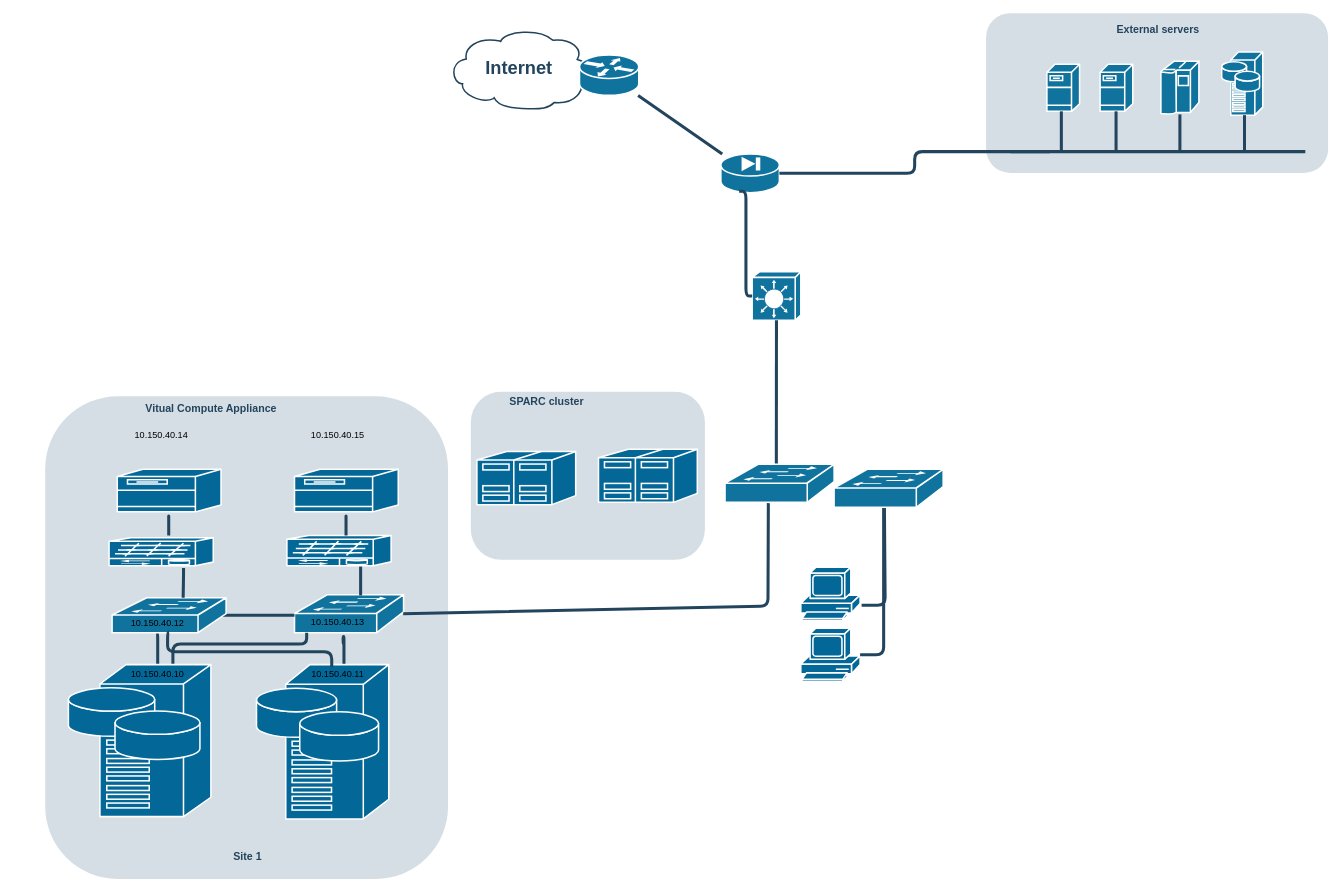
This is Network dev lab 1.drawio from rvrlx/Diagrams, a draw.io file, before an edit. Source tidied: cells renumbered, new cells numbered last; positions are measured from the earlier drawing's top-left corner, leaving out a move shared by most shapes. Both pictures are drawn from the tidied source at 76%, with x=0, y=0 at pixel (45, 13).
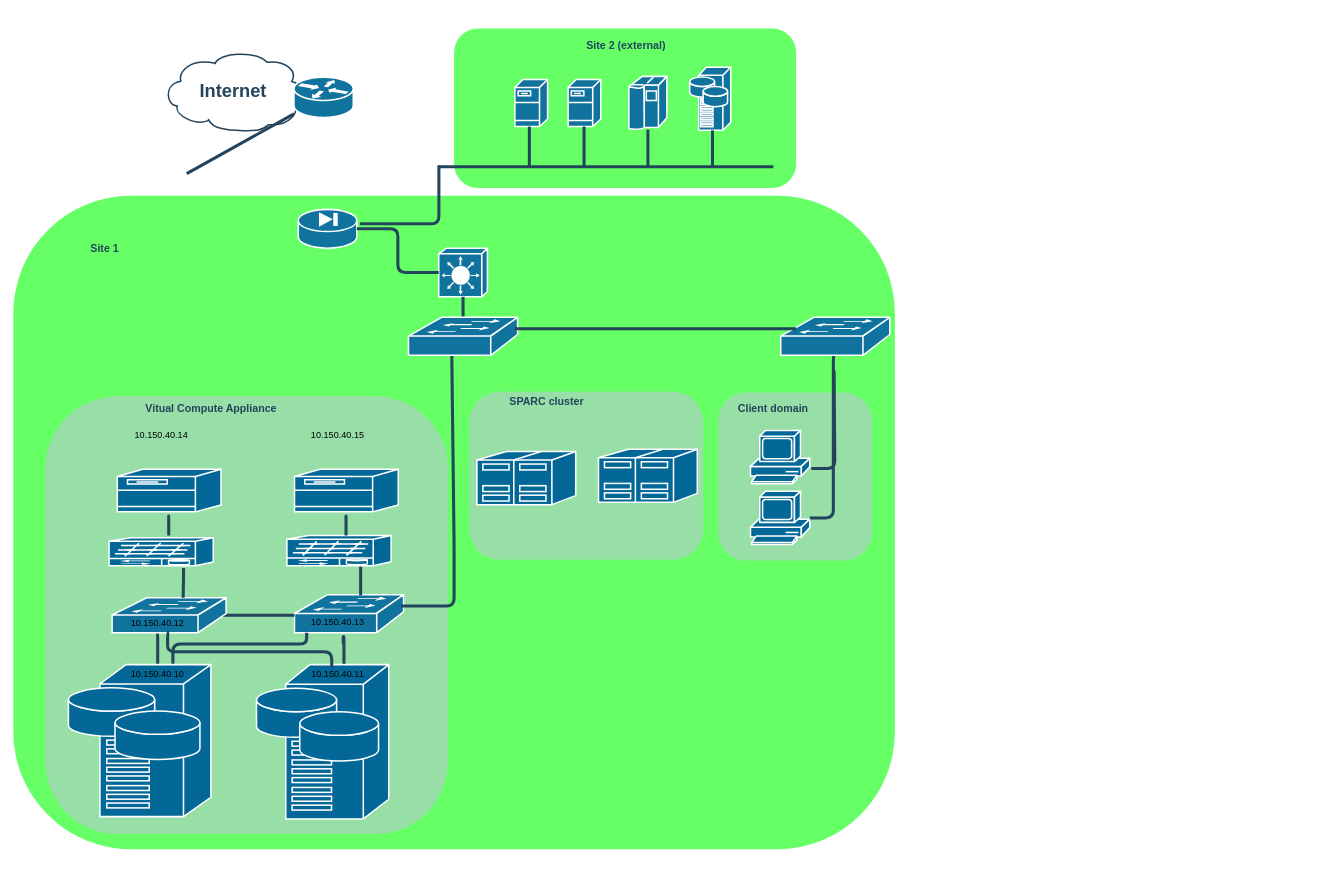
After the change.

Unchanged cells that the change refers to:
```xml
<mxCell id="13" style="shape=mxgraph.cisco.switches.workgroup_switch;html=1;dashed=0;fillColor=#10739E;strokeColor=#ffffff;strokeWidth=2;verticalLabelPosition=bottom;verticalAlign=top;fontFamily=Helvetica;fontSize=36;fontColor=#FFB366;" parent="1" vertex="1">
  <mxGeometry x="328" y="765" width="143.5" height="50" as="geometry" />
</mxCell>
```

The edit, as a diff of the source:
```diff
@@
+    <mxCell id="59" style="rounded=1;whiteSpace=wrap;html=1;strokeColor=none;fillColor=#00FF00;fontSize=24;fontColor=#23445D;align=center;opacity=60;arcSize=18;" parent="1" vertex="1">
+      <mxGeometry x="-42" y="240" width="1160" height="860" as="geometry" />
+    </mxCell>
+    <mxCell id="60" style="rounded=1;whiteSpace=wrap;html=1;strokeColor=none;fillColor=#BAC8D3;fontSize=24;fontColor=#23445D;align=center;opacity=60;arcSize=18;" parent="1" vertex="1">
+      <mxGeometry x="885.5" y="499" width="202.5" height="221" as="geometry" />
+    </mxCell>
     <mxCell id="2" style="rounded=1;whiteSpace=wrap;html=1;strokeColor=none;fillColor=#BAC8D3;fontSize=24;fontColor=#23445D;align=center;opacity=60;arcSize=18;" parent="1" vertex="1">
-      <mxGeometry x="560" y="498" width="308" height="221" as="geometry" />
+      <mxGeometry x="558" y="498" width="308" height="221" as="geometry" />
     </mxCell>
     <mxCell id="3" style="rounded=1;whiteSpace=wrap;html=1;strokeColor=none;fillColor=#BAC8D3;fontSize=24;fontColor=#23445D;align=center;opacity=60;arcSize=18;" parent="1" vertex="1">
-      <mxGeometry y="504" width="530" height="635" as="geometry" />
+      <mxGeometry y="504" width="530" height="576" as="geometry" />
     </mxCell>
@@
-    <mxCell id="5" style="rounded=1;whiteSpace=wrap;html=1;strokeColor=none;fillColor=#BAC8D3;fontSize=24;fontColor=#23445D;align=center;opacity=60;" parent="1" vertex="1">
-      <mxGeometry x="1238" width="450" height="210" as="geometry" />
+    <mxCell id="5" style="rounded=1;whiteSpace=wrap;html=1;strokeColor=none;fillColor=#00FF00;fontSize=24;fontColor=#23445D;align=center;opacity=60;" parent="1" vertex="1">
+      <mxGeometry x="538" y="20" width="450" height="210" as="geometry" />
     </mxCell>
     <mxCell id="6" style="shape=mxgraph.cisco.servers.fileserver;html=1;dashed=0;fillColor=#10739E;strokeColor=#ffffff;strokeWidth=2;verticalLabelPosition=bottom;verticalAlign=top;fontFamily=Helvetica;fontSize=36;fontColor=#FFB366;" parent="1" vertex="1">
-      <mxGeometry x="1318" y="67" width="43" height="62" as="geometry" />
+      <mxGeometry x="618" y="87" width="43" height="62" as="geometry" />
     </mxCell>
     <mxCell id="7" style="shape=mxgraph.cisco.servers.fileserver;html=1;dashed=0;fillColor=#10739E;strokeColor=#ffffff;strokeWidth=2;verticalLabelPosition=bottom;verticalAlign=top;fontFamily=Helvetica;fontSize=36;fontColor=#FFB366;" parent="1" vertex="1">
-      <mxGeometry x="1388" y="67" width="43" height="62" as="geometry" />
+      <mxGeometry x="688" y="87" width="43" height="62" as="geometry" />
     </mxCell>
     <mxCell id="8" style="shape=mxgraph.cisco.computers_and_peripherals.ibm_mainframe;html=1;dashed=0;fillColor=#10739E;strokeColor=#ffffff;strokeWidth=2;verticalLabelPosition=bottom;verticalAlign=top;fontFamily=Helvetica;fontSize=36;fontColor=#FFB366;" parent="1" vertex="1">
-      <mxGeometry x="1468" y="63" width="50" height="70" as="geometry" />
+      <mxGeometry x="768" y="83" width="50" height="70" as="geometry" />
     </mxCell>
     <mxCell id="9" style="shape=mxgraph.cisco.servers.storage_server;html=1;dashed=0;fillColor=#10739E;strokeColor=#ffffff;strokeWidth=2;verticalLabelPosition=bottom;verticalAlign=top;fontFamily=Helvetica;fontSize=36;fontColor=#FFB366;" parent="1" vertex="1">
-      <mxGeometry x="1548" y="51" width="54" height="83" as="geometry" />
+      <mxGeometry x="848" y="71" width="54" height="83" as="geometry" />
     </mxCell>
     <mxCell id="10" style="shape=mxgraph.cisco.security.pix_firewall;html=1;dashed=0;fillColor=#10739E;strokeColor=#ffffff;strokeWidth=2;verticalLabelPosition=bottom;verticalAlign=top;fontFamily=Helvetica;fontSize=36;fontColor=#FFB366;" parent="1" vertex="1">
-      <mxGeometry x="889" y="185" width="77" height="51" as="geometry" />
+      <mxGeometry x="333" y="258" width="77" height="51" as="geometry" />
     </mxCell>
     <mxCell id="11" value="Internet" style="shape=mxgraph.cisco.storage.cloud;html=1;dashed=0;strokeColor=#23445D;fillColor=#ffffff;strokeWidth=2;fontFamily=Helvetica;fontSize=24;fontColor=#23445D;align=center;fontStyle=1;" parent="1" vertex="1">
-      <mxGeometry x="530" y="20" width="186" height="106" as="geometry" />
+      <mxGeometry x="154.3" y="49" width="186" height="106" as="geometry" />
     </mxCell>
     <mxCell id="12" style="shape=mxgraph.cisco.switches.layer_3_switch;html=1;dashed=0;fillColor=#10739E;strokeColor=#ffffff;strokeWidth=2;verticalLabelPosition=bottom;verticalAlign=top;fontFamily=Helvetica;fontSize=36;fontColor=#FFB366;" parent="1" vertex="1">
-      <mxGeometry x="930.2" y="340" width="64" height="64" as="geometry" />
+      <mxGeometry x="517.8" y="309" width="64" height="64" as="geometry" />
     </mxCell>
@@
     <mxCell id="14" style="shape=mxgraph.cisco.routers.router;html=1;dashed=0;fillColor=#10739E;strokeColor=#ffffff;strokeWidth=2;verticalLabelPosition=bottom;verticalAlign=top;fontFamily=Helvetica;fontSize=36;fontColor=#FFB366;" parent="1" vertex="1">
-      <mxGeometry x="703" y="55" width="78" height="53" as="geometry" />
+      <mxGeometry x="327.3" y="84" width="78" height="53" as="geometry" />
     </mxCell>
     <mxCell id="15" style="line;html=1;strokeColor=#23445D;" parent="1" vertex="1">
-      <mxGeometry x="1270" y="177" width="388" height="10" as="geometry" />
+      <mxGeometry x="518" y="197" width="440" height="10" as="geometry" />
     </mxCell>
     <mxCell id="16" style="edgeStyle=elbowEdgeStyle;elbow=horizontal;endArrow=none;html=1;strokeColor=#23445D;endFill=0;strokeWidth=4;rounded=1;" parent="1" edge="1" source="6">
       <mxGeometry relative="1" as="geometry">
-        <mxPoint x="1337.3" y="182.1" as="targetPoint" />
+        <mxPoint x="637.3" y="202.1" as="targetPoint" />
       </mxGeometry>
     </mxCell>
     <mxCell id="17" style="edgeStyle=elbowEdgeStyle;elbow=horizontal;endArrow=none;html=1;strokeColor=#23445D;endFill=0;strokeWidth=4;rounded=1;" parent="1" edge="1" source="7">
       <mxGeometry relative="1" as="geometry">
-        <mxPoint x="1409.3" y="182.1" as="targetPoint" />
+        <mxPoint x="709.3" y="202.1" as="targetPoint" />
       </mxGeometry>
     </mxCell>
     <mxCell id="18" style="edgeStyle=elbowEdgeStyle;elbow=horizontal;endArrow=none;html=1;strokeColor=#23445D;endFill=0;strokeWidth=4;rounded=1;" parent="1" edge="1" source="8">
       <mxGeometry relative="1" as="geometry">
-        <mxPoint x="1493.3" y="182.1" as="targetPoint" />
+        <mxPoint x="793.3" y="202.1" as="targetPoint" />
       </mxGeometry>
     </mxCell>
     <mxCell id="19" style="edgeStyle=elbowEdgeStyle;elbow=horizontal;endArrow=none;html=1;strokeColor=#23445D;endFill=0;strokeWidth=4;rounded=1;" parent="1" edge="1" source="9">
       <mxGeometry relative="1" as="geometry">
-        <mxPoint x="1578.3" y="182.1" as="targetPoint" />
+        <mxPoint x="878.3" y="202.1" as="targetPoint" />
       </mxGeometry>
     </mxCell>
-    <mxCell id="20" style="edgeStyle=elbowEdgeStyle;elbow=horizontal;endArrow=none;html=1;strokeColor=#23445D;endFill=0;strokeWidth=4;rounded=1;" parent="1" edge="1" target="10">
+    <mxCell id="20" style="edgeStyle=elbowEdgeStyle;elbow=horizontal;endArrow=none;html=1;strokeColor=#23445D;endFill=0;strokeWidth=4;rounded=1;entryX=1.052;entryY=0.373;entryDx=0;entryDy=0;entryPerimeter=0;" parent="1" edge="1" target="10">
       <mxGeometry relative="1" as="geometry">
-        <mxPoint x="1322" y="182" as="sourcePoint" />
+        <mxPoint x="518" y="200" as="sourcePoint" />
+        <Array as="points">
+          <mxPoint x="518" y="190" />
+          <mxPoint x="494.2" y="169" />
+        </Array>
       </mxGeometry>
     </mxCell>
-    <mxCell id="21" style="elbow=horizontal;endArrow=none;html=1;strokeColor=#23445D;endFill=0;strokeWidth=4;rounded=1;" parent="1" edge="1" source="10" target="14">
-      <mxGeometry relative="1" as="geometry" />
+    <mxCell id="21" style="elbow=horizontal;endArrow=none;html=1;strokeColor=#23445D;endFill=0;strokeWidth=4;rounded=1;" parent="1" edge="1" target="14">
+      <mxGeometry relative="1" as="geometry">
+        <mxPoint x="186.2" y="211" as="sourcePoint" />
+      </mxGeometry>
     </mxCell>
-    <mxCell id="22" style="edgeStyle=none;rounded=1;html=1;strokeColor=#23445D;endArrow=none;endFill=0;strokeWidth=4;startArrow=none;exitX=0.397;exitY=1.02;exitDx=0;exitDy=0;exitPerimeter=0;" parent="1" edge="1" source="52" target="13">
+    <mxCell id="22" style="edgeStyle=none;rounded=1;html=1;strokeColor=#23445D;endArrow=none;endFill=0;strokeWidth=4;startArrow=none;exitX=0.397;exitY=1.02;exitDx=0;exitDy=0;exitPerimeter=0;" parent="1" edge="1" source="52">
       <mxGeometry relative="1" as="geometry">
+        <mxPoint x="468" y="780" as="targetPoint" />
         <Array as="points">
-          <mxPoint x="951" y="780" />
-          <mxPoint x="471" y="790" />
+          <mxPoint x="538" y="700" />
+          <mxPoint x="538" y="780" />
+          <mxPoint x="468" y="780" />
         </Array>
       </mxGeometry>
     </mxCell>
-    <mxCell id="23" style="edgeStyle=elbowEdgeStyle;elbow=horizontal;endArrow=none;html=1;strokeColor=#23445D;endFill=0;strokeWidth=4;rounded=1;exitX=0.312;exitY=0.961;exitDx=0;exitDy=0;exitPerimeter=0;" parent="1" edge="1" source="10" target="12">
+    <mxCell id="23" style="edgeStyle=elbowEdgeStyle;elbow=horizontal;endArrow=none;html=1;strokeColor=#23445D;endFill=0;strokeWidth=4;rounded=1;exitX=1;exitY=0.5;exitDx=0;exitDy=0;exitPerimeter=0;" parent="1" edge="1" source="10" target="12">
       <mxGeometry relative="1" as="geometry" />
     </mxCell>
@@
     <mxCell id="26" style="rounded=1;html=1;strokeColor=#23445D;endArrow=none;endFill=0;strokeWidth=4;" parent="1" edge="1">
       <mxGeometry relative="1" as="geometry">
-        <mxPoint x="1104.2" y="650" as="sourcePoint" />
-        <mxPoint x="1074.2" y="779" as="targetPoint" />
+        <mxPoint x="1038" y="470" as="sourcePoint" />
+        <mxPoint x="1008" y="599" as="targetPoint" />
         <Array as="points">
-          <mxPoint x="1105.2" y="779" />
+          <mxPoint x="1039" y="599" />
         </Array>
       </mxGeometry>
     </mxCell>
-    <mxCell id="27" value="&lt;font color=&quot;#23445d&quot;&gt;External servers&lt;/font&gt;" style="rounded=1;whiteSpace=wrap;html=1;strokeColor=none;fillColor=none;fontSize=14;fontColor=#742B21;align=center;fontStyle=1;" parent="1" vertex="1">
-      <mxGeometry x="1393" y="12" width="143" height="19" as="geometry" />
+    <mxCell id="27" value="&lt;font color=&quot;#23445d&quot;&gt;Site 2 (external)&lt;/font&gt;" style="rounded=1;whiteSpace=wrap;html=1;strokeColor=none;fillColor=none;fontSize=14;fontColor=#742B21;align=center;fontStyle=1;" parent="1" vertex="1">
+      <mxGeometry x="693" y="32" width="143" height="19" as="geometry" />
     </mxCell>
-    <mxCell id="28" value="Site 1" style="rounded=1;whiteSpace=wrap;html=1;strokeColor=none;fillColor=none;fontSize=14;fontColor=#23445D;align=center;fontStyle=1;" parent="1" vertex="1">
-      <mxGeometry x="220" y="1100" width="93" height="19" as="geometry" />
-    </mxCell>
@@
-    <mxCell id="30" style="edgeStyle=none;rounded=1;html=1;strokeColor=#23445D;endArrow=none;endFill=0;strokeWidth=4;" parent="1" edge="1" source="12">
-      <mxGeometry relative="1" as="geometry">
-        <mxPoint x="962" y="594" as="targetPoint" />
-      </mxGeometry>
+    <mxCell id="30" style="edgeStyle=none;rounded=1;html=1;strokeColor=#23445D;endArrow=none;endFill=0;strokeWidth=4;entryX=0.5;entryY=0;entryDx=0;entryDy=0;entryPerimeter=0;" parent="1" edge="1" source="12" target="52">
+      <mxGeometry relative="1" as="geometry" />
     </mxCell>
@@
     <mxCell id="36" style="shape=mxgraph.cisco.computers_and_peripherals.pc;sketch=0;html=1;dashed=0;fillColor=#036897;strokeColor=#ffffff;strokeWidth=2;verticalLabelPosition=bottom;verticalAlign=top;align=center;outlineConnect=0;" parent="1" vertex="1">
-      <mxGeometry x="994.2" y="809" width="78" height="70" as="geometry" />
+      <mxGeometry x="928" y="629" width="78" height="70" as="geometry" />
     </mxCell>
     <mxCell id="37" style="shape=mxgraph.cisco.computers_and_peripherals.pc;sketch=0;html=1;dashed=0;fillColor=#036897;strokeColor=#ffffff;strokeWidth=2;verticalLabelPosition=bottom;verticalAlign=top;align=center;" parent="1" vertex="1">
-      <mxGeometry x="994.2" y="729" width="78" height="70" as="geometry" />
+      <mxGeometry x="928" y="549" width="78" height="70" as="geometry" />
     </mxCell>
-    <mxCell id="38" style="edgeStyle=orthogonalEdgeStyle;rounded=1;html=1;strokeColor=#23445D;endArrow=none;endFill=0;strokeWidth=4;" parent="1" edge="1" target="36">
+    <mxCell id="38" style="edgeStyle=orthogonalEdgeStyle;rounded=1;html=1;strokeColor=#23445D;endArrow=none;endFill=0;strokeWidth=4;exitX=0.5;exitY=0.98;exitDx=0;exitDy=0;exitPerimeter=0;" parent="1" edge="1" source="51" target="36">
       <mxGeometry relative="1" as="geometry">
-        <mxPoint x="1103.2" y="650" as="sourcePoint" />
         <Array as="points">
-          <mxPoint x="1103.2" y="844" />
+          <mxPoint x="1037" y="449" />
+          <mxPoint x="1037" y="664" />
         </Array>
       </mxGeometry>
     </mxCell>
@@
     <mxCell id="51" style="shape=mxgraph.cisco.switches.workgroup_switch;html=1;dashed=0;fillColor=#10739E;strokeColor=#ffffff;strokeWidth=2;verticalLabelPosition=bottom;verticalAlign=top;fontFamily=Helvetica;fontSize=36;fontColor=#FFB366;" parent="1" vertex="1">
-      <mxGeometry x="1038" y="600" width="143.5" height="50" as="geometry" />
+      <mxGeometry x="967.8" y="400" width="143.5" height="50" as="geometry" />
     </mxCell>
     <mxCell id="52" style="shape=mxgraph.cisco.switches.workgroup_switch;html=1;dashed=0;fillColor=#10739E;strokeColor=#ffffff;strokeWidth=2;verticalLabelPosition=bottom;verticalAlign=top;fontFamily=Helvetica;fontSize=36;fontColor=#FFB366;" parent="1" vertex="1">
-      <mxGeometry x="894.5" y="593.5" width="143.5" height="50" as="geometry" />
+      <mxGeometry x="478" y="400" width="143.5" height="50" as="geometry" />
     </mxCell>
@@
+    <mxCell id="61" value="&lt;font color=&quot;#23445d&quot;&gt;Client domain&lt;/font&gt;" style="rounded=1;whiteSpace=wrap;html=1;strokeColor=none;fillColor=none;fontSize=14;fontColor=#742B21;align=center;fontStyle=1;" parent="1" vertex="1">
+      <mxGeometry x="900" y="508" width="116" height="24" as="geometry" />
+    </mxCell>
+    <mxCell id="62" style="line;html=1;strokeColor=#23445D;" parent="1" vertex="1">
+      <mxGeometry x="618" y="410" width="370" height="10" as="geometry" />
+    </mxCell>
+    <mxCell id="28" value="Site 1" style="rounded=1;whiteSpace=wrap;html=1;strokeColor=none;fillColor=none;fontSize=14;fontColor=#23445D;align=center;fontStyle=1;" parent="1" vertex="1">
+      <mxGeometry x="31.5" y="300" width="93" height="19" as="geometry" />
+    </mxCell>
```
